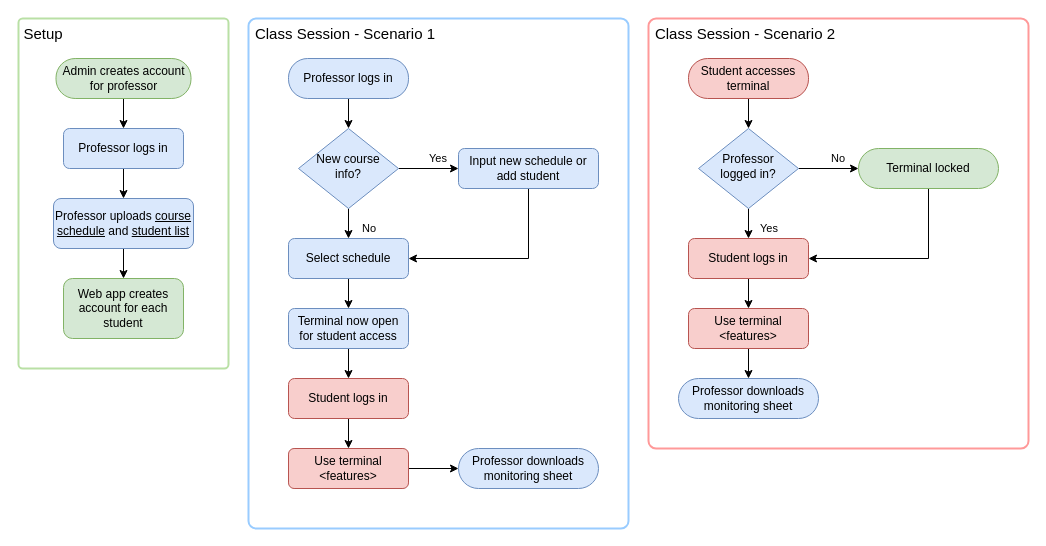
Before: assets/lab-monitoring.drawio in Iionsroar/lab-monitoring, a draw.io diagram. Source tidied: cells renumbered, new cells numbered last; positions are measured from the earlier drawing's top-left corner, leaving out a move shared by most shapes. Both pictures are drawn from the tidied source at 100%, with x=0, y=0 at pixel (18, 18).
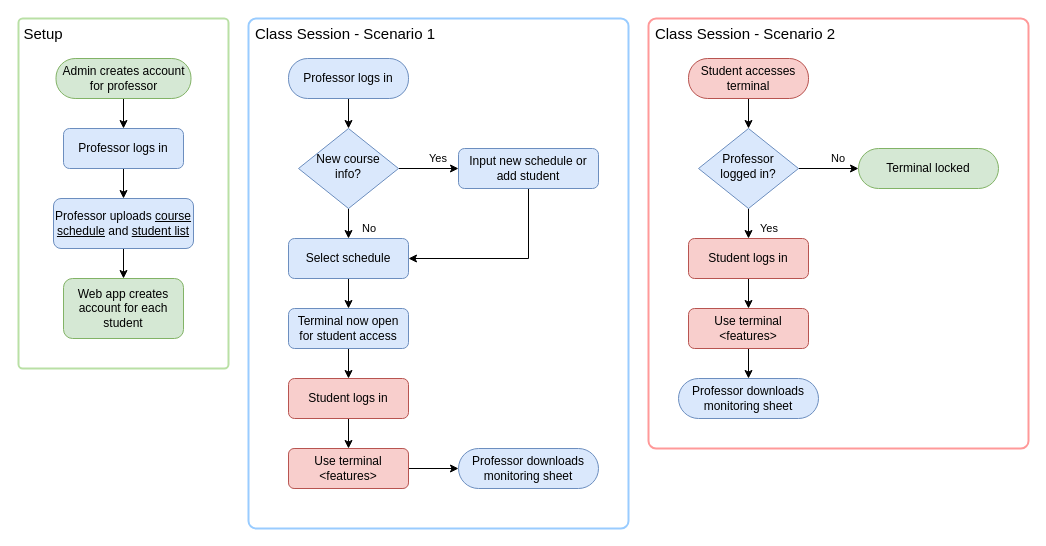
Above is the later version.

Unchanged cells that the change refers to:
```xml
<mxCell id="33" value="Terminal locked" style="rounded=1;whiteSpace=wrap;html=1;fontSize=12;glass=0;strokeWidth=1;shadow=0;fillColor=#d5e8d4;strokeColor=#82b366;arcSize=50;" parent="1" vertex="1">
  <mxGeometry x="840" y="130" width="140" height="40" as="geometry" />
</mxCell>
<mxCell id="43" value="Student logs in" style="rounded=1;whiteSpace=wrap;html=1;fontSize=12;glass=0;strokeWidth=1;shadow=0;fillColor=#f8cecc;strokeColor=#b85450;" parent="1" vertex="1">
  <mxGeometry x="670" y="220" width="120" height="40" as="geometry" />
</mxCell>
```

Diff of the diagram source:
```diff
@@
-    <mxCell id="32" style="edgeStyle=orthogonalEdgeStyle;rounded=0;jettySize=auto;html=1;exitX=0.5;exitY=1;exitDx=0;exitDy=0;entryX=1;entryY=0.5;entryDx=0;entryDy=0;fontSize=15;" parent="1" edge="1" source="33" target="43">
-      <mxGeometry relative="1" as="geometry" />
-    </mxCell>
```
